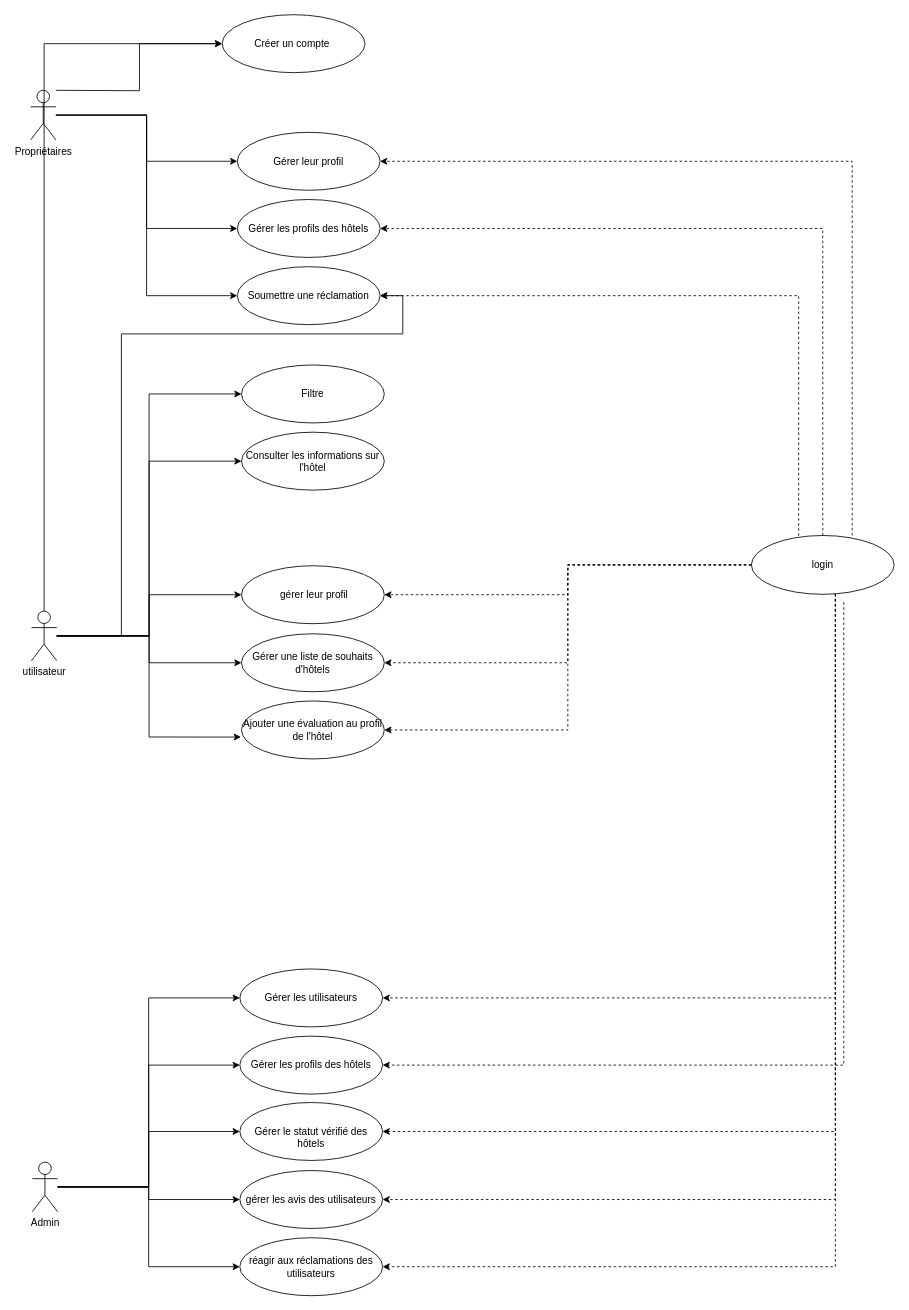
Earlier version of the draw.io diagram page "Page-1" (1 of 2) of project/fille rouge/Diagramme sans nom.drawio (fatimazahraaitlasri/fil-rouge). Source tidied: cells renumbered, new cells numbered last; positions are measured from the earlier drawing's top-left corner, leaving out a move shared by most shapes. Both pictures are drawn from the tidied source at 84%, with x=0, y=0 at pixel (30, 14).
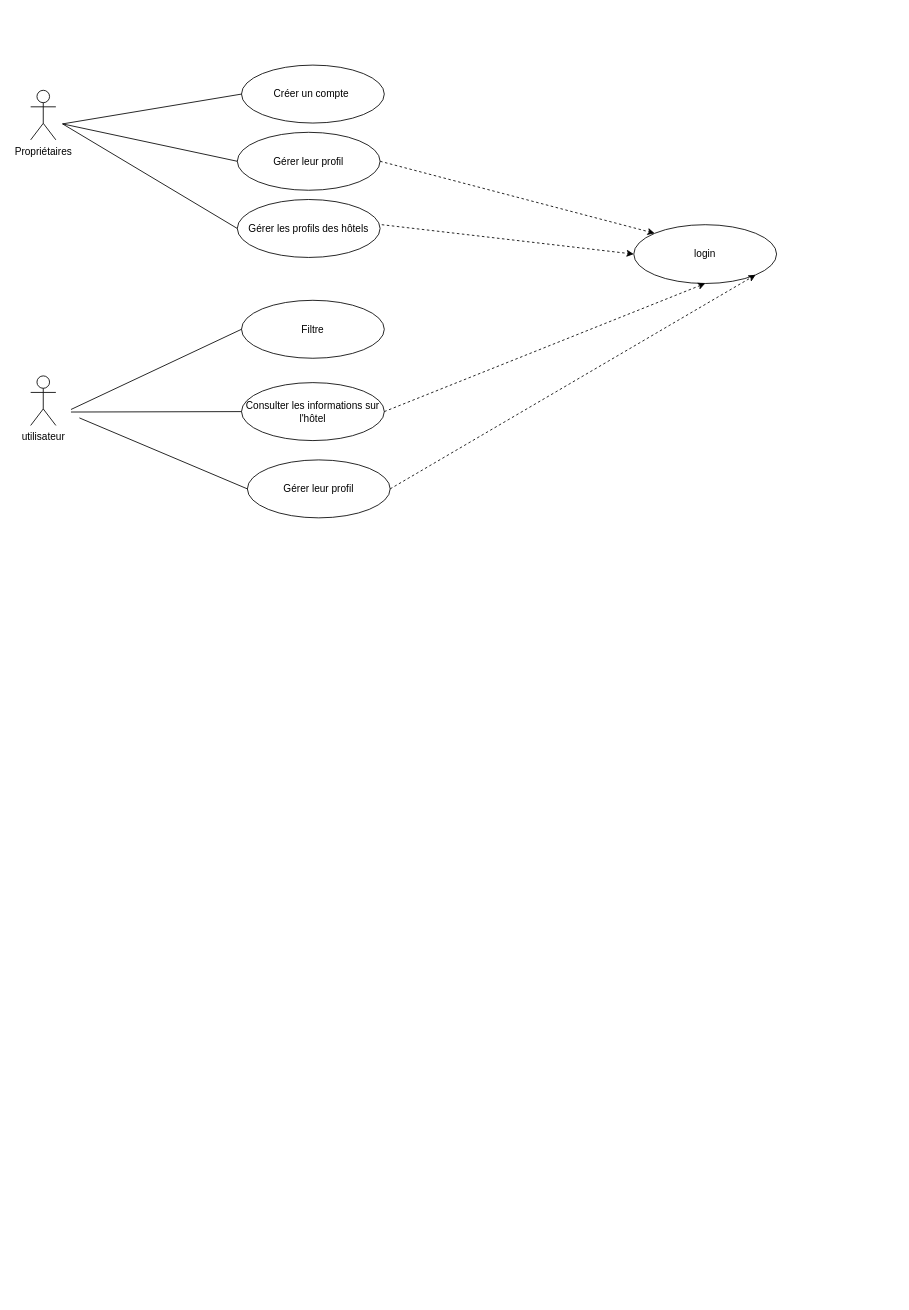
After the change.

Unchanged cells that the change refers to:
```xml
<mxCell id="5" value=" Propriétaires" style="shape=umlActor;verticalLabelPosition=bottom;verticalAlign=top;html=1;outlineConnect=0;" parent="1" vertex="1">
  <mxGeometry y="90" width="30" height="59" as="geometry" />
</mxCell>
<mxCell id="21" value="Gérer leur profil" style="ellipse;whiteSpace=wrap;html=1;" parent="1" vertex="1">
  <mxGeometry x="246" y="140" width="170" height="69" as="geometry" />
</mxCell>
<mxCell id="23" value="Gérer les profils des hôtels" style="ellipse;whiteSpace=wrap;html=1;" parent="1" vertex="1">
  <mxGeometry x="246" y="220" width="170" height="69" as="geometry" />
</mxCell>
```

Diff of the diagram source:
```diff
@@
-    <mxCell id="2" style="edgeStyle=orthogonalEdgeStyle;rounded=0;jettySize=auto;html=1;entryX=0;entryY=0.5;entryDx=0;entryDy=0;" parent="1" edge="1" source="5" target="21">
-      <mxGeometry relative="1" as="geometry" />
-    </mxCell>
-    <mxCell id="3" style="edgeStyle=orthogonalEdgeStyle;rounded=0;jettySize=auto;html=1;entryX=0;entryY=0.5;entryDx=0;entryDy=0;" parent="1" edge="1" source="5" target="23">
-      <mxGeometry relative="1" as="geometry" />
-    </mxCell>
-    <mxCell id="4" style="edgeStyle=orthogonalEdgeStyle;rounded=0;jettySize=auto;html=1;entryX=0;entryY=0.5;entryDx=0;entryDy=0;" parent="1" edge="1" source="5" target="25">
-      <mxGeometry relative="1" as="geometry" />
-    </mxCell>
@@
-    <mxCell id="6" style="edgeStyle=orthogonalEdgeStyle;rounded=0;jettySize=auto;html=1;entryX=0;entryY=0.5;entryDx=0;entryDy=0;" parent="1" edge="1" source="12" target="26">
-      <mxGeometry relative="1" as="geometry" />
-    </mxCell>
-    <mxCell id="7" style="edgeStyle=orthogonalEdgeStyle;rounded=0;jettySize=auto;html=1;entryX=0;entryY=0.5;entryDx=0;entryDy=0;" parent="1" edge="1" source="12" target="27">
-      <mxGeometry relative="1" as="geometry" />
-    </mxCell>
-    <mxCell id="8" style="edgeStyle=orthogonalEdgeStyle;rounded=0;jettySize=auto;html=1;entryX=0;entryY=0.5;entryDx=0;entryDy=0;" parent="1" edge="1" source="12" target="28">
-      <mxGeometry relative="1" as="geometry" />
-    </mxCell>
-    <mxCell id="9" style="edgeStyle=orthogonalEdgeStyle;rounded=0;jettySize=auto;html=1;entryX=0;entryY=0.5;entryDx=0;entryDy=0;" parent="1" edge="1" source="12" target="29">
-      <mxGeometry relative="1" as="geometry" />
-    </mxCell>
-    <mxCell id="10" style="edgeStyle=orthogonalEdgeStyle;rounded=0;jettySize=auto;html=1;entryX=-0.004;entryY=0.622;entryDx=0;entryDy=0;entryPerimeter=0;" parent="1" edge="1" source="12" target="30">
-      <mxGeometry relative="1" as="geometry" />
-    </mxCell>
-    <mxCell id="11" style="edgeStyle=orthogonalEdgeStyle;rounded=0;jettySize=auto;html=1;" parent="1" edge="1" source="12" target="25">
-      <mxGeometry relative="1" as="geometry">
-        <Array as="points">
-          <mxPoint x="108" y="740" />
-          <mxPoint x="108" y="380" />
-          <mxPoint x="443" y="380" />
-        </Array>
-      </mxGeometry>
-    </mxCell>
     <mxCell id="12" value="utilisateur" style="shape=umlActor;verticalLabelPosition=bottom;verticalAlign=top;html=1;outlineConnect=0;" parent="1" vertex="1">
-      <mxGeometry x="1" y="710" width="30" height="59" as="geometry" />
+      <mxGeometry y="430" width="30" height="59" as="geometry" />
     </mxCell>
-    <mxCell id="13" style="edgeStyle=orthogonalEdgeStyle;rounded=0;jettySize=auto;html=1;entryX=0;entryY=0.5;entryDx=0;entryDy=0;" parent="1" edge="1" source="18" target="31">
-      <mxGeometry relative="1" as="geometry" />
-    </mxCell>
-    <mxCell id="14" style="edgeStyle=orthogonalEdgeStyle;rounded=0;jettySize=auto;html=1;entryX=0;entryY=0.5;entryDx=0;entryDy=0;" parent="1" edge="1" source="18" target="32">
-      <mxGeometry relative="1" as="geometry" />
-    </mxCell>
-    <mxCell id="15" style="edgeStyle=orthogonalEdgeStyle;rounded=0;jettySize=auto;html=1;entryX=0;entryY=0.5;entryDx=0;entryDy=0;" parent="1" edge="1" source="18" target="33">
-      <mxGeometry relative="1" as="geometry" />
-    </mxCell>
-    <mxCell id="16" style="edgeStyle=orthogonalEdgeStyle;rounded=0;jettySize=auto;html=1;entryX=0;entryY=0.5;entryDx=0;entryDy=0;" parent="1" edge="1" source="18" target="34">
-      <mxGeometry relative="1" as="geometry" />
-    </mxCell>
-    <mxCell id="17" style="edgeStyle=orthogonalEdgeStyle;rounded=0;jettySize=auto;html=1;entryX=0;entryY=0.5;entryDx=0;entryDy=0;" parent="1" edge="1" source="18" target="35">
-      <mxGeometry relative="1" as="geometry" />
-    </mxCell>
-    <mxCell id="18" value="Admin" style="shape=umlActor;verticalLabelPosition=bottom;verticalAlign=top;html=1;outlineConnect=0;" parent="1" vertex="1">
-      <mxGeometry x="2" y="1366" width="30" height="59" as="geometry" />
-    </mxCell>
     <mxCell id="19" value="Créer un compte&amp;nbsp;" style="ellipse;whiteSpace=wrap;html=1;" parent="1" vertex="1">
-      <mxGeometry x="228" width="170" height="69" as="geometry" />
+      <mxGeometry x="251" y="60" width="170" height="69" as="geometry" />
     </mxCell>
-    <mxCell id="20" style="edgeStyle=orthogonalEdgeStyle;rounded=0;jettySize=auto;html=1;dashed=1;exitX=0.706;exitY=0;exitDx=0;exitDy=0;exitPerimeter=0;entryX=1;entryY=0.5;entryDx=0;entryDy=0;" parent="1" edge="1" source="43" target="21">
-      <mxGeometry relative="1" as="geometry" />
-    </mxCell>
@@
-    <mxCell id="22" style="edgeStyle=orthogonalEdgeStyle;rounded=0;jettySize=auto;html=1;entryX=1;entryY=0.5;entryDx=0;entryDy=0;dashed=1;exitX=0.5;exitY=0;exitDx=0;exitDy=0;" parent="1" edge="1" source="43" target="23">
-      <mxGeometry relative="1" as="geometry" />
-    </mxCell>
@@
-    <mxCell id="24" style="edgeStyle=orthogonalEdgeStyle;rounded=0;jettySize=auto;html=1;entryX=1;entryY=0.5;entryDx=0;entryDy=0;dashed=1;exitX=0.331;exitY=0.005;exitDx=0;exitDy=0;exitPerimeter=0;" parent="1" edge="1" source="43" target="25">
-      <mxGeometry relative="1" as="geometry" />
-    </mxCell>
-    <mxCell id="25" value="Soumettre une réclamation" style="ellipse;whiteSpace=wrap;html=1;" parent="1" vertex="1">
-      <mxGeometry x="246" y="300" width="170" height="69" as="geometry" />
-    </mxCell>
     <mxCell id="26" value="Filtre" style="ellipse;whiteSpace=wrap;html=1;" parent="1" vertex="1">
-      <mxGeometry x="251" y="417" width="170" height="69" as="geometry" />
+      <mxGeometry x="251" y="340" width="170" height="69" as="geometry" />
     </mxCell>
     <mxCell id="27" value="Consulter les informations sur l'hôtel" style="ellipse;whiteSpace=wrap;html=1;" parent="1" vertex="1">
-      <mxGeometry x="251" y="497" width="170" height="69" as="geometry" />
+      <mxGeometry x="251" y="438" width="170" height="69" as="geometry" />
     </mxCell>
-    <mxCell id="28" value="&amp;nbsp;gérer leur profil" style="ellipse;whiteSpace=wrap;html=1;" parent="1" vertex="1">
-      <mxGeometry x="251" y="656" width="170" height="69" as="geometry" />
-    </mxCell>
-    <mxCell id="29" value="Gérer une liste de souhaits d'hôtels" style="ellipse;whiteSpace=wrap;html=1;" parent="1" vertex="1">
-      <mxGeometry x="251" y="737" width="170" height="69" as="geometry" />
-    </mxCell>
-    <mxCell id="30" value="&lt;span&gt;Ajouter une évaluation au profil de l'hôtel&lt;/span&gt;" style="ellipse;whiteSpace=wrap;html=1;" parent="1" vertex="1">
-      <mxGeometry x="251" y="817" width="170" height="69" as="geometry" />
-    </mxCell>
-    <mxCell id="31" value="Gérer les utilisateurs" style="ellipse;whiteSpace=wrap;html=1;" parent="1" vertex="1">
-      <mxGeometry x="249" y="1136" width="170" height="69" as="geometry" />
-    </mxCell>
-    <mxCell id="32" value="Gérer les profils des hôtels" style="ellipse;whiteSpace=wrap;html=1;" parent="1" vertex="1">
-      <mxGeometry x="249" y="1216" width="170" height="69" as="geometry" />
-    </mxCell>
-    <mxCell id="33" value="&lt;br&gt;Gérer le statut vérifié des hôtels" style="ellipse;whiteSpace=wrap;html=1;" parent="1" vertex="1">
-      <mxGeometry x="249" y="1295" width="170" height="69" as="geometry" />
-    </mxCell>
-    <mxCell id="34" value="gérer les avis des utilisateurs" style="ellipse;whiteSpace=wrap;html=1;" parent="1" vertex="1">
-      <mxGeometry x="249" y="1376" width="170" height="69" as="geometry" />
-    </mxCell>
-    <mxCell id="35" value="réagir aux réclamations des utilisateurs" style="ellipse;whiteSpace=wrap;html=1;" parent="1" vertex="1">
-      <mxGeometry x="249" y="1456" width="170" height="69" as="geometry" />
-    </mxCell>
-    <mxCell id="36" style="edgeStyle=orthogonalEdgeStyle;rounded=0;jettySize=auto;html=1;entryX=1;entryY=0.5;entryDx=0;entryDy=0;dashed=1;" parent="1" edge="1" source="43" target="28">
-      <mxGeometry relative="1" as="geometry" />
-    </mxCell>
-    <mxCell id="37" style="edgeStyle=orthogonalEdgeStyle;rounded=0;jettySize=auto;html=1;entryX=1;entryY=0.5;entryDx=0;entryDy=0;dashed=1;" parent="1" edge="1" source="43" target="29">
-      <mxGeometry relative="1" as="geometry" />
-    </mxCell>
-    <mxCell id="38" style="edgeStyle=orthogonalEdgeStyle;rounded=0;jettySize=auto;html=1;entryX=1;entryY=0.5;entryDx=0;entryDy=0;dashed=1;" parent="1" edge="1" source="43" target="30">
-      <mxGeometry relative="1" as="geometry" />
-    </mxCell>
-    <mxCell id="39" style="edgeStyle=orthogonalEdgeStyle;rounded=0;jettySize=auto;html=1;entryX=1;entryY=0.5;entryDx=0;entryDy=0;dashed=1;" parent="1" edge="1" source="43" target="33">
-      <mxGeometry relative="1" as="geometry">
-        <Array as="points">
-          <mxPoint x="958" y="1330" />
-        </Array>
-      </mxGeometry>
-    </mxCell>
-    <mxCell id="40" style="edgeStyle=orthogonalEdgeStyle;rounded=0;jettySize=auto;html=1;entryX=1;entryY=0.5;entryDx=0;entryDy=0;dashed=1;" parent="1" edge="1" source="43" target="31">
-      <mxGeometry relative="1" as="geometry">
-        <Array as="points">
-          <mxPoint x="958" y="1171" />
-        </Array>
-      </mxGeometry>
-    </mxCell>
-    <mxCell id="41" style="edgeStyle=orthogonalEdgeStyle;rounded=0;jettySize=auto;html=1;entryX=1;entryY=0.5;entryDx=0;entryDy=0;dashed=1;" parent="1" edge="1" source="43" target="34">
-      <mxGeometry relative="1" as="geometry">
-        <Array as="points">
-          <mxPoint x="958" y="1411" />
-        </Array>
-      </mxGeometry>
-    </mxCell>
-    <mxCell id="42" style="edgeStyle=orthogonalEdgeStyle;rounded=0;jettySize=auto;html=1;entryX=1;entryY=0.5;entryDx=0;entryDy=0;dashed=1;" parent="1" edge="1" source="43" target="35">
-      <mxGeometry relative="1" as="geometry">
-        <Array as="points">
-          <mxPoint x="958" y="1491" />
-        </Array>
-      </mxGeometry>
-    </mxCell>
     <mxCell id="43" value="login" style="ellipse;whiteSpace=wrap;html=1;" parent="1" vertex="1">
-      <mxGeometry x="858" y="620" width="170" height="70" as="geometry" />
+      <mxGeometry x="718" y="250" width="170" height="70" as="geometry" />
     </mxCell>
-    <mxCell id="44" style="edgeStyle=orthogonalEdgeStyle;rounded=0;jettySize=auto;html=1;entryX=1;entryY=0.5;entryDx=0;entryDy=0;dashed=1;" parent="1" edge="1" target="32">
-      <mxGeometry relative="1" as="geometry">
-        <mxPoint x="968" y="699.5" as="sourcePoint" />
-        <Array as="points">
-          <mxPoint x="968" y="1251" />
-        </Array>
-      </mxGeometry>
-    </mxCell>
-    <mxCell id="45" style="edgeStyle=orthogonalEdgeStyle;rounded=0;jettySize=auto;html=1;entryX=0;entryY=0.5;entryDx=0;entryDy=0;" parent="1" edge="1" target="19">
-      <mxGeometry relative="1" as="geometry">
-        <mxPoint x="30" y="90" as="sourcePoint" />
-      </mxGeometry>
-    </mxCell>
-    <mxCell id="46" style="edgeStyle=orthogonalEdgeStyle;rounded=0;jettySize=auto;html=1;exitX=0.5;exitY=0;exitDx=0;exitDy=0;exitPerimeter=0;entryX=0;entryY=0.5;entryDx=0;entryDy=0;" parent="1" edge="1" source="12" target="19">
-      <mxGeometry relative="1" as="geometry" />
-    </mxCell>
+    <mxCell id="47" style="endArrow=none;html=1;rounded=0;exitX=0;exitY=0.5;exitDx=0;exitDy=0;" parent="1" edge="1" source="19">
+      <mxGeometry relative="1" as="geometry">
+        <mxPoint x="38" y="130" as="targetPoint" />
+      </mxGeometry>
+    </mxCell>
+    <mxCell id="48" style="endArrow=none;html=1;rounded=0;exitX=0;exitY=0.5;exitDx=0;exitDy=0;" parent="1" edge="1" source="21">
+      <mxGeometry relative="1" as="geometry">
+        <mxPoint x="38" y="130" as="targetPoint" />
+      </mxGeometry>
+    </mxCell>
+    <mxCell id="49" style="endArrow=none;html=1;rounded=0;exitX=0;exitY=0.5;exitDx=0;exitDy=0;" parent="1" edge="1" source="23">
+      <mxGeometry relative="1" as="geometry">
+        <mxPoint x="38" y="130" as="targetPoint" />
+      </mxGeometry>
+    </mxCell>
+    <mxCell id="50" value="Gérer leur profil" style="ellipse;whiteSpace=wrap;html=1;" parent="1" vertex="1">
+      <mxGeometry x="258" y="530" width="170" height="69" as="geometry" />
+    </mxCell>
+    <mxCell id="51" style="endArrow=none;html=1;rounded=0;entryX=0;entryY=0.5;entryDx=0;entryDy=0;" parent="1" edge="1" target="26">
+      <mxGeometry relative="1" as="geometry">
+        <mxPoint x="48" y="470" as="sourcePoint" />
+      </mxGeometry>
+    </mxCell>
+    <mxCell id="52" style="endArrow=none;html=1;rounded=0;entryX=0;entryY=0.5;entryDx=0;entryDy=0;" parent="1" edge="1" target="27">
+      <mxGeometry relative="1" as="geometry">
+        <mxPoint x="48" y="473" as="sourcePoint" />
+      </mxGeometry>
+    </mxCell>
+    <mxCell id="53" style="endArrow=none;html=1;rounded=0;entryX=0;entryY=0.5;entryDx=0;entryDy=0;" parent="1" edge="1" target="50">
+      <mxGeometry relative="1" as="geometry">
+        <mxPoint x="58" y="480" as="sourcePoint" />
+      </mxGeometry>
+    </mxCell>
+    <mxCell id="54" style="endArrow=classic;html=1;rounded=0;dashed=1;exitX=1;exitY=0.5;exitDx=0;exitDy=0;entryX=0;entryY=0;entryDx=0;entryDy=0;" parent="1" edge="1" source="21" target="43">
+      <mxGeometry relative="1" as="geometry" />
+    </mxCell>
+    <mxCell id="55" style="endArrow=classic;html=1;rounded=0;dashed=1;entryX=0;entryY=0.5;entryDx=0;entryDy=0;" parent="1" edge="1" target="43">
+      <mxGeometry relative="1" as="geometry">
+        <mxPoint x="418" y="250" as="sourcePoint" />
+      </mxGeometry>
+    </mxCell>
+    <mxCell id="56" style="endArrow=classic;html=1;rounded=0;dashed=1;entryX=0.5;entryY=1;entryDx=0;entryDy=0;exitX=1;exitY=0.5;exitDx=0;exitDy=0;" parent="1" edge="1" source="27" target="43">
+      <mxGeometry relative="1" as="geometry" />
+    </mxCell>
+    <mxCell id="57" style="endArrow=classic;html=1;rounded=0;dashed=1;entryX=1;entryY=1;entryDx=0;entryDy=0;exitX=1;exitY=0.5;exitDx=0;exitDy=0;" parent="1" edge="1" source="50" target="43">
+      <mxGeometry relative="1" as="geometry" />
+    </mxCell>
```
